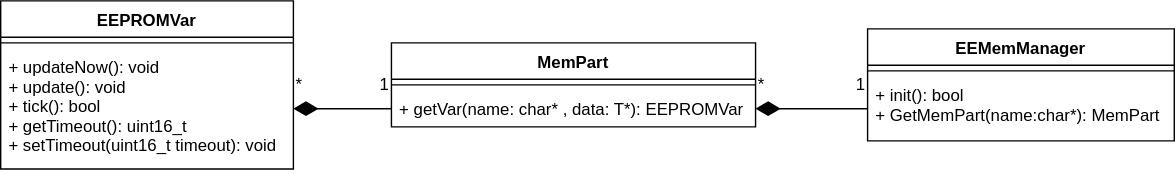
Earlier version of the draw.io export report/resources/images/interface-cd.svg (almiluk/bachelor_thesis). Source tidied: cells renumbered, new cells last; positions are measured from the earlier drawing's top-left corner, leaving out a move shared by most shapes.
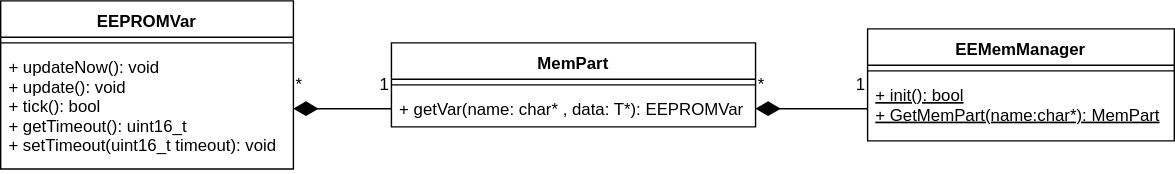
The same file after the commit.

The edit, as a diff of the source:
```diff
@@ -26,7 +26,7 @@
     <mxCell id="9" style="line;strokeWidth=1;fillColor=none;align=left;verticalAlign=middle;spacingTop=-1;spacingLeft=3;spacingRight=3;labelPosition=right;" parent="8" vertex="1">
       <mxGeometry y="26" width="219" height="8" as="geometry" />
     </mxCell>
-    <mxCell id="10" value="+ init(): bool&#10;+ GetMemPart(name:char*): MemPart" style="text;strokeColor=none;fillColor=none;align=left;verticalAlign=top;spacingLeft=4;spacingRight=4;overflow=hidden;points=[[0,0.5],[1,0.5]];portConstraint=eastwest;" parent="8" vertex="1">
+    <mxCell id="10" value="+ init(): bool&#10;+ GetMemPart(name:char*): MemPart" style="text;strokeColor=none;fillColor=none;align=left;verticalAlign=top;spacingLeft=4;spacingRight=4;overflow=hidden;points=[[0,0.5],[1,0.5]];portConstraint=eastwest;fontStyle=4;" parent="8" vertex="1">
       <mxGeometry y="34" width="219" height="46" as="geometry" />
     </mxCell>
     <mxCell id="11" style="edgeStyle=none;rounded=0;jettySize=auto;html=1;exitX=0;exitY=0.5;exitDx=0;exitDy=0;entryX=1;entryY=0.5;entryDx=0;entryDy=0;startArrow=none;startFill=0;endArrow=diamondThin;endFill=1;startSize=6;endSize=15;" parent="1" edge="1" source="7" target="4">
```
